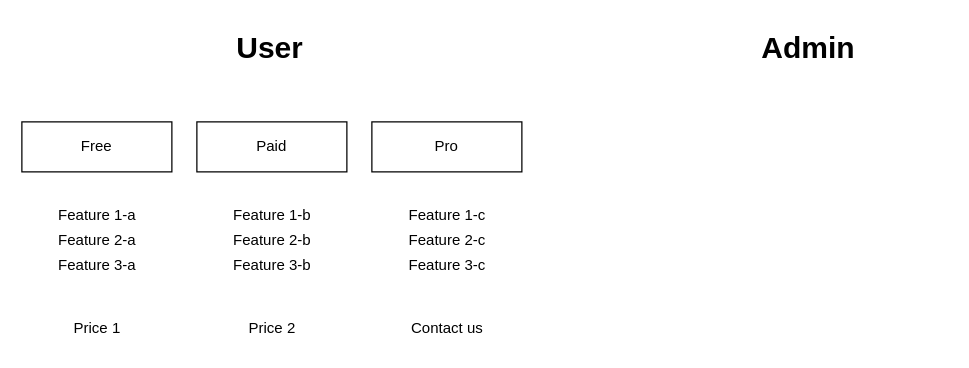
The draw.io diagram Untitled Diagram.drawio in teexiii/drawio-storage, before the edit. Source tidied: cells renumbered, new cells numbered last; positions are measured from the earlier drawing's top-left corner, leaving out a move shared by most shapes. Both pictures are drawn from the tidied source at 125%, with x=0, y=0 at pixel (21, 21).
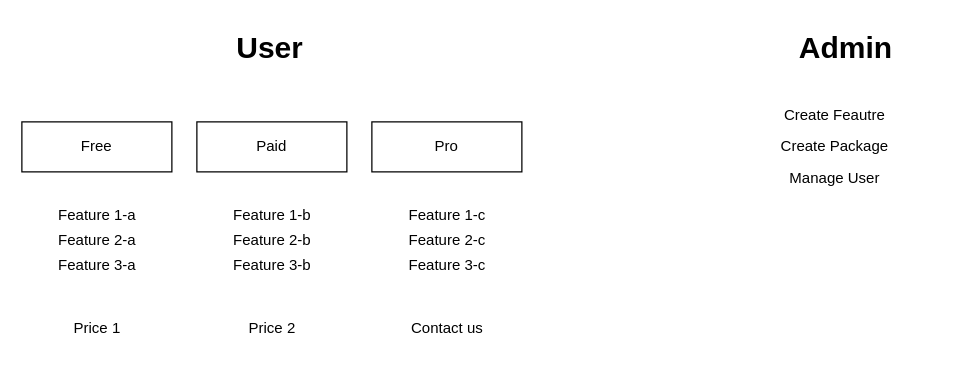
The same page after the edit.

What changed in the source:
```diff
@@
     <mxCell id="3" value="&lt;h1 style=&quot;margin-top: 0px;&quot;&gt;Admin&lt;/h1&gt;" style="text;html=1;whiteSpace=wrap;overflow=hidden;rounded=0;" parent="1" vertex="1">
-      <mxGeometry x="590" width="150" height="50" as="geometry" />
+      <mxGeometry x="620" width="80" height="40" as="geometry" />
     </mxCell>
@@
+    <mxCell id="19" value="Create Feautre" style="text;html=1;align=center;verticalAlign=middle;strokeColor=none;fillColor=none;" parent="1" vertex="1">
+      <mxGeometry x="600" y="60" width="100" height="30" as="geometry" />
+    </mxCell>
+    <mxCell id="20" value="Create Package" style="text;html=1;align=center;verticalAlign=middle;strokeColor=none;fillColor=none;" parent="1" vertex="1">
+      <mxGeometry x="595" y="85" width="110" height="30" as="geometry" />
+    </mxCell>
+    <mxCell id="21" value="Manage User" style="text;html=1;align=center;verticalAlign=middle;strokeColor=none;fillColor=none;" parent="1" vertex="1">
+      <mxGeometry x="600" y="110" width="100" height="30" as="geometry" />
+    </mxCell>
```
